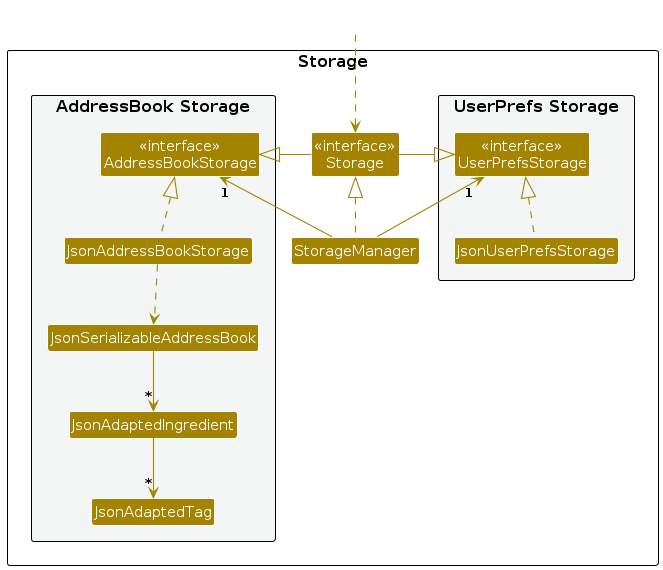
Above: diagrams/StorageClassDiagram.png in prawnzyy/tp (PlantUML), before the change. Its source is kept beside it as diagrams/StorageClassDiagram.puml.
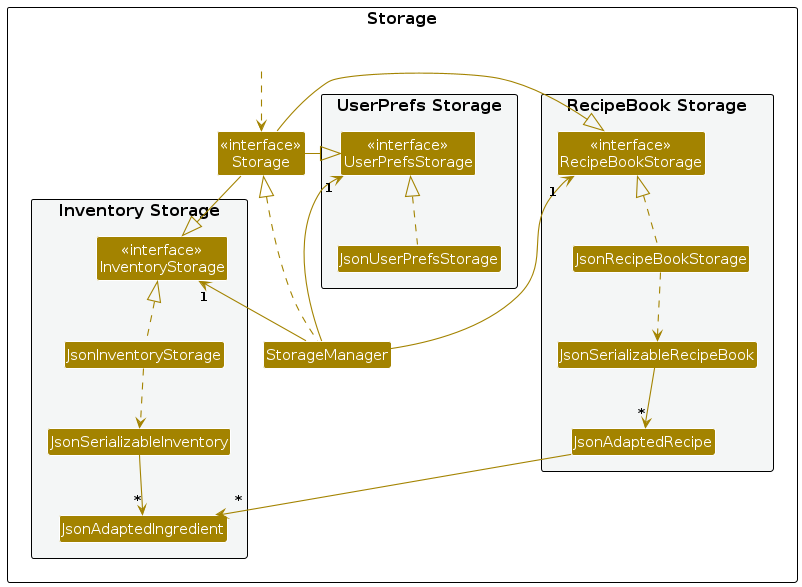
Above is the later version.

The edit, as a diff of the source:
```diff
@@ -14,14 +14,18 @@
 Class "<<interface>>\nStorage" as Storage
 Class StorageManager
 
-package "AddressBook Storage" #F4F6F6{
-Class "<<interface>>\nAddressBookStorage" as AddressBookStorage
-Class JsonAddressBookStorage
-Class JsonSerializableAddressBook
+package "Inventory Storage" #F4F6F6{
+Class "<<interface>>\nInventoryStorage" as InventoryStorage
+Class JsonInventoryStorage
+Class JsonSerializableInventory
 Class JsonAdaptedIngredient
-Class JsonAdaptedTag
 }
 
+package "RecipeBook Storage" #F4F6F6{
+Class "<<interface>>\nRecipeBookStorage" as RecipeBookStorage
+Class JsonRecipeBookStorage
+Class JsonSerializableRecipeBook
+Class JsonAdaptedRecipe
 }
 
 Class HiddenOutside #FFFFFF
@@ -29,15 +33,21 @@
 
 StorageManager .up.|> Storage
 StorageManager -up-> "1" UserPrefsStorage
-StorageManager -up-> "1" AddressBookStorage
+StorageManager -up-> "1" InventoryStorage
+StorageManager -up-> "1" RecipeBookStorage
 
 Storage -left-|> UserPrefsStorage
-Storage -right-|> AddressBookStorage
+Storage -right-|> InventoryStorage
+Storage -right|> RecipeBookStorage
 
 JsonUserPrefsStorage .up.|> UserPrefsStorage
-JsonAddressBookStorage .up.|> AddressBookStorage
-JsonAddressBookStorage ..> JsonSerializableAddressBook
-JsonSerializableAddressBook --> "*" JsonAdaptedIngredient
-JsonAdaptedIngredient --> "*" JsonAdaptedTag
+JsonInventoryStorage .up.|> InventoryStorage
+JsonInventoryStorage ..> JsonSerializableInventory
+JsonSerializableInventory --> "*" JsonAdaptedIngredient
+
+JsonRecipeBookStorage .up.|> RecipeBookStorage
+JsonRecipeBookStorage ..> JsonSerializableRecipeBook
+JsonSerializableRecipeBook --> "*" JsonAdaptedRecipe
+JsonAdaptedRecipe --> "*" JsonAdaptedIngredient
 
 @enduml
```
